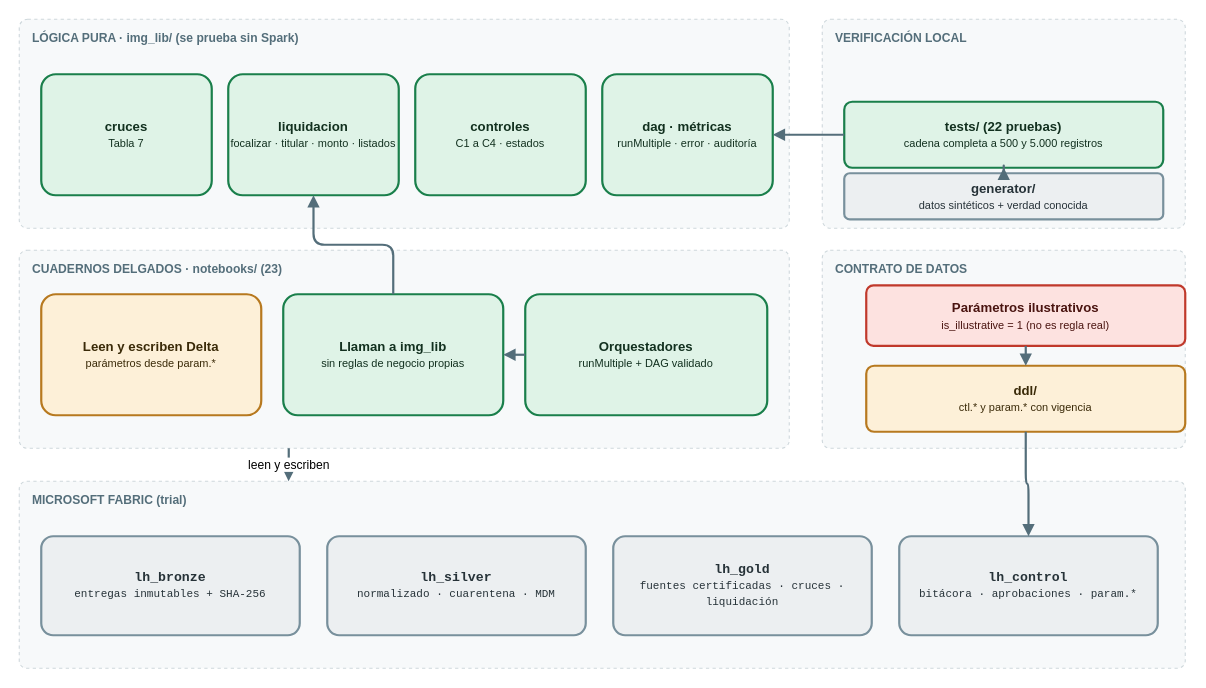
Above: docs/diagrams/02-repository-layers.drawio in plazasgiovanny/img-poc-fabric (draw.io), before the change. Source tidied: cells renumbered, new cells numbered last; positions are measured from the earlier drawing's top-left corner, leaving out a move shared by most shapes. Both pictures are drawn from the tidied source at 110%, with x=0, y=0 at pixel (19, 19).
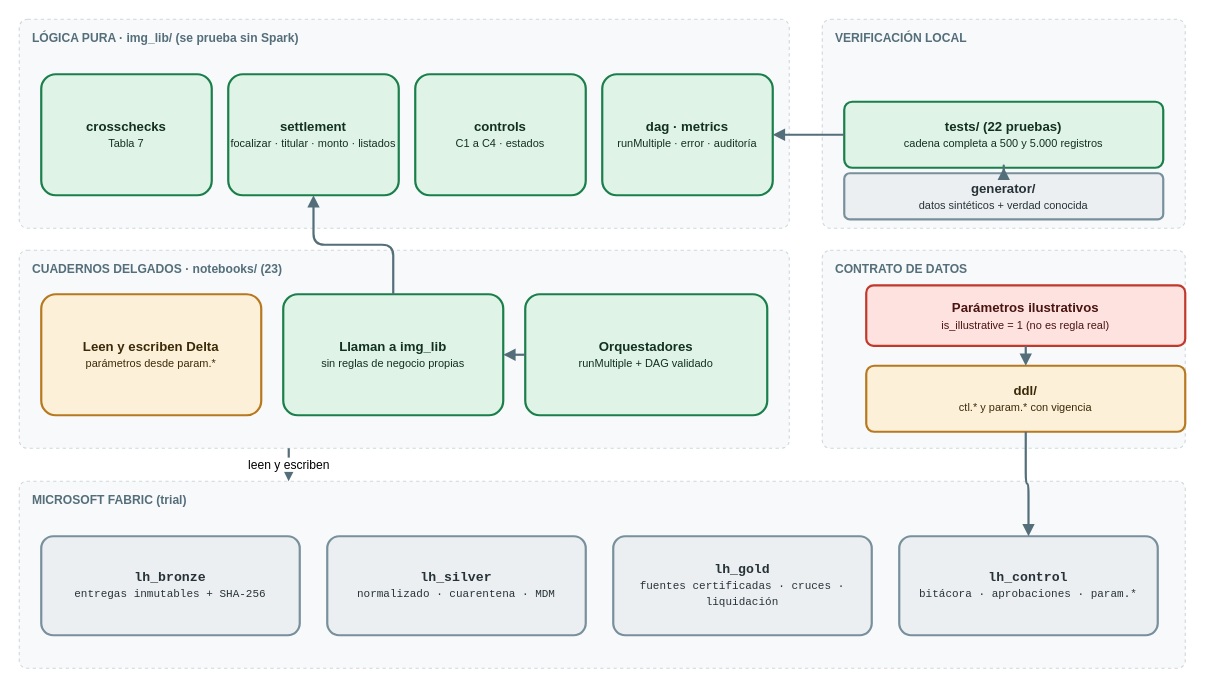
Above is the later version.

Change to the diagram source:
```diff
@@
-    <mxCell id="12" value="&lt;b&gt;cruces&lt;/b&gt;&lt;br&gt;&lt;font style='font-size:10px'&gt;Tabla 7&lt;/font&gt;" style="rounded=1;whiteSpace=wrap;html=1;arcSize=12;strokeWidth=2;fontSize=12;fillColor=#DFF3E7;strokeColor=#1A7F4B;fontColor=#12301F;" parent="1" vertex="1">
+    <mxCell id="12" value="&lt;b&gt;crosschecks&lt;/b&gt;&lt;br&gt;&lt;font style='font-size:10px'&gt;Tabla 7&lt;/font&gt;" style="rounded=1;whiteSpace=wrap;html=1;arcSize=12;strokeWidth=2;fontSize=12;fillColor=#DFF3E7;strokeColor=#1A7F4B;fontColor=#12301F;" parent="1" vertex="1">
       <mxGeometry x="20" y="50" width="155" height="110" as="geometry" />
     </mxCell>
-    <mxCell id="13" value="&lt;b&gt;liquidacion&lt;/b&gt;&lt;br&gt;&lt;font style='font-size:10px'&gt;focalizar · titular · monto · listados&lt;/font&gt;" style="rounded=1;whiteSpace=wrap;html=1;arcSize=12;strokeWidth=2;fontSize=12;fillColor=#DFF3E7;strokeColor=#1A7F4B;fontColor=#12301F;" parent="1" vertex="1">
+    <mxCell id="13" value="&lt;b&gt;settlement&lt;/b&gt;&lt;br&gt;&lt;font style='font-size:10px'&gt;focalizar · titular · monto · listados&lt;/font&gt;" style="rounded=1;whiteSpace=wrap;html=1;arcSize=12;strokeWidth=2;fontSize=12;fillColor=#DFF3E7;strokeColor=#1A7F4B;fontColor=#12301F;" parent="1" vertex="1">
       <mxGeometry x="190" y="50" width="155" height="110" as="geometry" />
     </mxCell>
-    <mxCell id="14" value="&lt;b&gt;controles&lt;/b&gt;&lt;br&gt;&lt;font style='font-size:10px'&gt;C1 a C4 · estados&lt;/font&gt;" style="rounded=1;whiteSpace=wrap;html=1;arcSize=12;strokeWidth=2;fontSize=12;fillColor=#DFF3E7;strokeColor=#1A7F4B;fontColor=#12301F;" parent="1" vertex="1">
+    <mxCell id="14" value="&lt;b&gt;controls&lt;/b&gt;&lt;br&gt;&lt;font style='font-size:10px'&gt;C1 a C4 · estados&lt;/font&gt;" style="rounded=1;whiteSpace=wrap;html=1;arcSize=12;strokeWidth=2;fontSize=12;fillColor=#DFF3E7;strokeColor=#1A7F4B;fontColor=#12301F;" parent="1" vertex="1">
       <mxGeometry x="360" y="50" width="155" height="110" as="geometry" />
     </mxCell>
-    <mxCell id="15" value="&lt;b&gt;dag · métricas&lt;/b&gt;&lt;br&gt;&lt;font style='font-size:10px'&gt;runMultiple · error · auditoría&lt;/font&gt;" style="rounded=1;whiteSpace=wrap;html=1;arcSize=12;strokeWidth=2;fontSize=12;fillColor=#DFF3E7;strokeColor=#1A7F4B;fontColor=#12301F;" parent="1" vertex="1">
+    <mxCell id="15" value="&lt;b&gt;dag · metrics&lt;/b&gt;&lt;br&gt;&lt;font style='font-size:10px'&gt;runMultiple · error · auditoría&lt;/font&gt;" style="rounded=1;whiteSpace=wrap;html=1;arcSize=12;strokeWidth=2;fontSize=12;fillColor=#DFF3E7;strokeColor=#1A7F4B;fontColor=#12301F;" parent="1" vertex="1">
       <mxGeometry x="530" y="50" width="155" height="110" as="geometry" />
     </mxCell>
```
